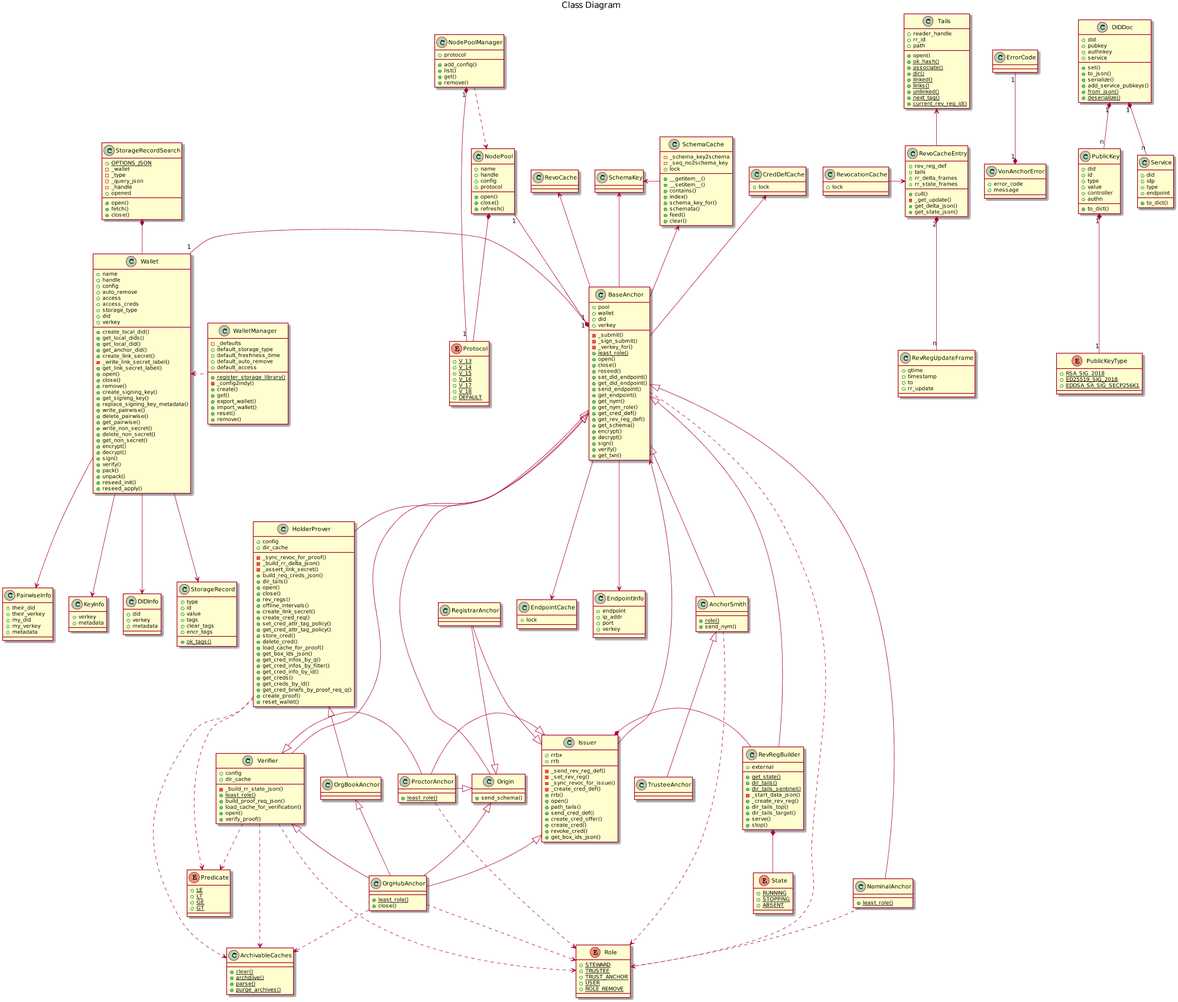
The PlantUML diagram docs/source/pic/class.png in PSPC-SPAC-buyandsell/von_anchor, before a commit.
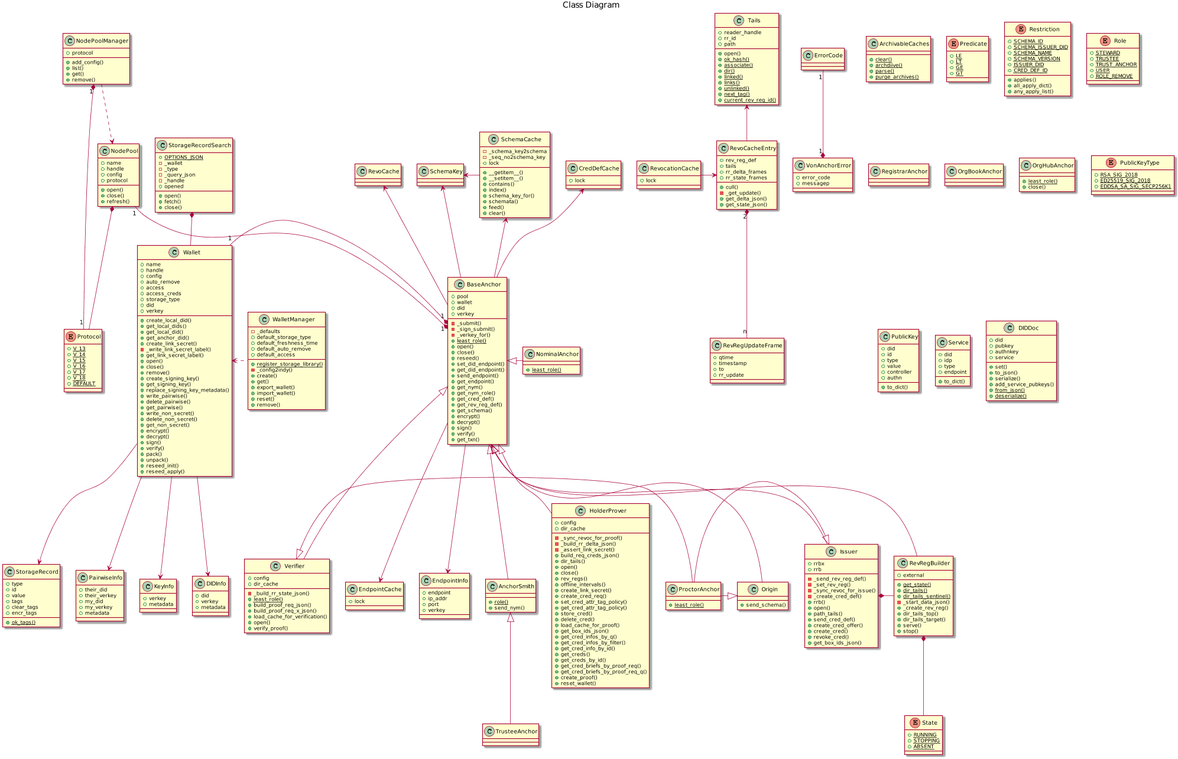
Later version of the same file.

Diff of the diagram source:
```diff
@@ -9,7 +9,7 @@
 
 class VonAnchorError {
     +error_code
-    +message
+    +messagep
 }
 
 class SchemaKey {
@@ -219,6 +219,18 @@
     {static} +GT
 }
 
+enum Restriction {
+    {static} +SCHEMA_ID
+    {static} +SCHEMA_ISSUER_DID
+    {static} +SCHEMA_NAME
+    {static} +SCHEMA_VERSION
+    {static} +ISSUER_DID
+    {static} +CRED_DEF_ID
+    +applies()
+    +all_apply_dict()
+    +any_apply_list()
+}
+
 enum Role {
     {static} +STEWARD
     {static} +TRUSTEE
@@ -325,6 +337,7 @@
     +get_cred_info_by_id()
     +get_creds()
     +get_creds_by_id()
+    +get_cred_briefs_by_proof_req()
     +get_cred_briefs_by_proof_req_q()
     +create_proof()
     +reset_wallet()
@@ -336,6 +349,7 @@
     -_build_rr_state_json()
     {static} +least_role()
     +build_proof_req_json()
+    +build_proof_req_x_json()
     +load_cache_for_verification()
     +open()
     +verify_proof()
@@ -447,32 +461,4 @@
 Origin <|-left- ProctorAnchor
 Issuer <|-left- ProctorAnchor
 Verifier <|-right- ProctorAnchor
-
-Issuer <|-up- RegistrarAnchor
-Origin <|-up- RegistrarAnchor
-
-HolderProver <|-down- OrgBookAnchor
-
-OrgBookAnchor <|-- OrgHubAnchor
-Issuer <|-- OrgHubAnchor
-Origin <|-- OrgHubAnchor
-Verifier <|-- OrgHubAnchor
-
-HolderProver ..> ArchivableCaches
-Verifier ..> ArchivableCaches
-OrgHubAnchor ..> ArchivableCaches
-
-HolderProver ..> Predicate
-Verifier ..> Predicate
-
-BaseAnchor ..> Role
-AnchorSmith ..> Role
-Verifier ..> Role
-NominalAnchor ..> Role
-OrgHubAnchor ..> Role
-ProctorAnchor ..> Role
-
-PublicKey "1" *-- "1" PublicKeyType
-DIDDoc "1" *-- "n" PublicKey
-DIDDoc "1" *-- "n" Service
 @enduml
```
